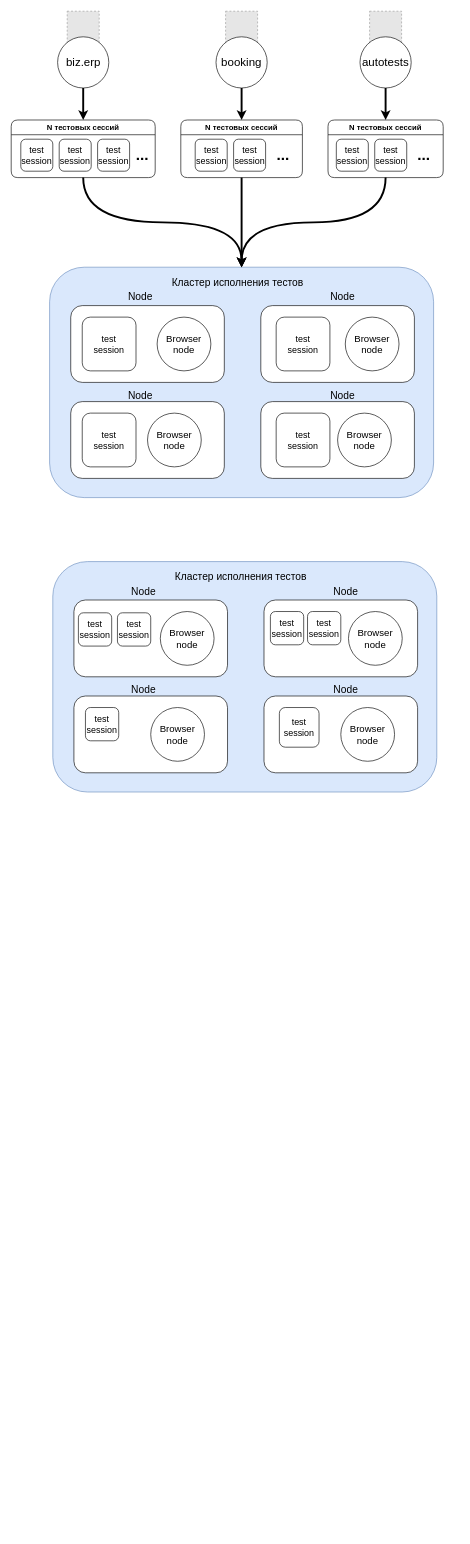
The draw.io diagram Диаграмма без названия.drawio in dethu/cv, before the edit. Source tidied: cells renumbered, new cells numbered last; positions are measured from the earlier drawing's top-left corner, leaving out a move shared by most shapes. Both pictures are drawn from the tidied source at 64%, with x=0, y=0 at pixel (11, 11). Pictures stored in the file or linked from it are replaced by grey dashed boxes.
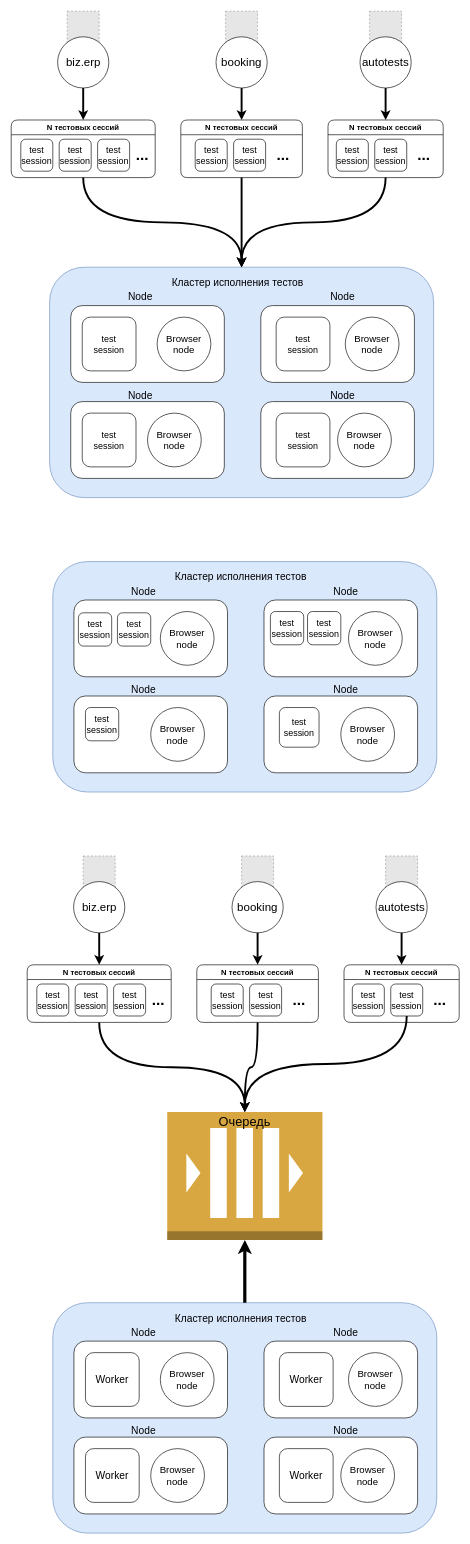
The same diagram, later.

What changed in the source:
```diff
@@
+    <mxCell id="69" style="group;" parent="1" vertex="1">
+      <mxGeometry x="25" y="1320" width="675" height="1058" as="geometry" />
+    </mxCell>
+    <mxCell id="70" value="N тестовых сессий" style="swimlane;rounded=1;" parent="69" vertex="1">
+      <mxGeometry y="170" width="225" height="90" as="geometry" />
+    </mxCell>
+    <mxCell id="71" value="&lt;font size=&quot;1&quot;&gt;&lt;b style=&quot;font-size: 24px&quot;&gt;...&lt;/b&gt;&lt;/font&gt;" style="text;html=1;strokeColor=none;fillColor=none;align=center;verticalAlign=middle;whiteSpace=wrap;strokeWidth=1;rounded=1;" parent="70" vertex="1">
+      <mxGeometry x="185" y="45" width="40" height="20" as="geometry" />
+    </mxCell>
+    <mxCell id="72" style="edgeStyle=orthogonalEdgeStyle;jettySize=auto;html=1;entryX=0.5;entryY=0;entryDx=0;entryDy=0;strokeWidth=3;curved=1;" parent="69" edge="1" source="76" target="70">
+      <mxGeometry relative="1" as="geometry" />
+    </mxCell>
+    <mxCell id="73" style="fillColor=#E6E6E6;strokeColor=#999999;dashed=1;html=1;verticalAlign=top;verticalLabelPosition=bottom;labelBackgroundColor=#ffffff;" parent="69" vertex="1">
+      <mxGeometry x="560" width="50" height="50" as="geometry" />
+    </mxCell>
+    <mxCell id="74" style="fillColor=#E6E6E6;strokeColor=#999999;dashed=1;html=1;verticalAlign=top;verticalLabelPosition=bottom;labelBackgroundColor=#ffffff;" parent="69" vertex="1">
+      <mxGeometry x="335" width="50" height="50" as="geometry" />
+    </mxCell>
+    <mxCell id="75" style="fillColor=#E6E6E6;strokeColor=#999999;dashed=1;html=1;verticalAlign=top;verticalLabelPosition=bottom;labelBackgroundColor=#ffffff;" parent="69" vertex="1">
+      <mxGeometry x="87.5" width="50" height="50" as="geometry" />
+    </mxCell>
+    <mxCell id="76" value="&lt;font style=&quot;font-size: 18px&quot;&gt;biz.erp&lt;/font&gt;" style="ellipse;whiteSpace=wrap;html=1;rounded=1;" parent="69" vertex="1">
+      <mxGeometry x="72.5" y="40" width="80" height="80" as="geometry" />
+    </mxCell>
+    <mxCell id="77" value="&lt;font style=&quot;font-size: 18px&quot;&gt;booking&lt;/font&gt;" style="ellipse;whiteSpace=wrap;html=1;rounded=1;" parent="69" vertex="1">
+      <mxGeometry x="320" y="40" width="80" height="80" as="geometry" />
+    </mxCell>
+    <mxCell id="78" value="&lt;font style=&quot;font-size: 18px&quot;&gt;autotests&lt;/font&gt;" style="ellipse;whiteSpace=wrap;html=1;rounded=1;" parent="69" vertex="1">
+      <mxGeometry x="545" y="40" width="80" height="80" as="geometry" />
+    </mxCell>
+    <mxCell id="79" value="&lt;font style=&quot;font-size: 14px&quot;&gt;test&lt;br&gt;session&lt;/font&gt;" style="whiteSpace=wrap;html=1;rounded=1;" parent="69" vertex="1">
+      <mxGeometry x="15" y="200" width="50" height="50" as="geometry" />
+    </mxCell>
+    <mxCell id="80" value="&lt;font style=&quot;font-size: 14px&quot;&gt;test&lt;br&gt;session&lt;/font&gt;" style="whiteSpace=wrap;html=1;rounded=1;" parent="69" vertex="1">
+      <mxGeometry x="75" y="200" width="50" height="50" as="geometry" />
+    </mxCell>
+    <mxCell id="81" value="&lt;font style=&quot;font-size: 14px&quot;&gt;test&lt;br&gt;session&lt;/font&gt;" style="whiteSpace=wrap;html=1;rounded=1;" parent="69" vertex="1">
+      <mxGeometry x="135" y="200" width="50" height="50" as="geometry" />
+    </mxCell>
+    <mxCell id="82" value="&lt;font style=&quot;font-size: 14px&quot;&gt;test&lt;br&gt;session&lt;/font&gt;" style="whiteSpace=wrap;html=1;rounded=1;" parent="69" vertex="1">
+      <mxGeometry x="287.5" y="200" width="50" height="50" as="geometry" />
+    </mxCell>
+    <mxCell id="83" value="&lt;font style=&quot;font-size: 14px&quot;&gt;test&lt;br&gt;session&lt;/font&gt;" style="whiteSpace=wrap;html=1;rounded=1;" parent="69" vertex="1">
+      <mxGeometry x="347.5" y="200" width="50" height="50" as="geometry" />
+    </mxCell>
+    <mxCell id="84" value="&lt;font style=&quot;font-size: 14px&quot;&gt;test&lt;br&gt;session&lt;/font&gt;" style="whiteSpace=wrap;html=1;rounded=1;" parent="69" vertex="1">
+      <mxGeometry x="508" y="200" width="50" height="50" as="geometry" />
+    </mxCell>
+    <mxCell id="85" value="&lt;font style=&quot;font-size: 14px&quot;&gt;test&lt;br&gt;session&lt;/font&gt;" style="whiteSpace=wrap;html=1;rounded=1;" parent="69" vertex="1">
+      <mxGeometry x="568" y="200" width="50" height="50" as="geometry" />
+    </mxCell>
+    <mxCell id="86" value="N тестовых сессий" style="swimlane;rounded=1;" parent="69" vertex="1">
+      <mxGeometry x="265" y="170" width="190" height="90" as="geometry" />
+    </mxCell>
+    <mxCell id="87" value="&lt;font size=&quot;1&quot;&gt;&lt;b style=&quot;font-size: 24px&quot;&gt;...&lt;/b&gt;&lt;/font&gt;" style="text;html=1;strokeColor=none;fillColor=none;align=center;verticalAlign=middle;whiteSpace=wrap;strokeWidth=1;rounded=1;" parent="86" vertex="1">
+      <mxGeometry x="140" y="45" width="40" height="20" as="geometry" />
+    </mxCell>
+    <mxCell id="88" style="edgeStyle=orthogonalEdgeStyle;jettySize=auto;html=1;entryX=0.5;entryY=0;entryDx=0;entryDy=0;strokeWidth=3;curved=1;" parent="69" edge="1" source="77" target="86">
+      <mxGeometry relative="1" as="geometry" />
+    </mxCell>
+    <mxCell id="89" value="N тестовых сессий" style="swimlane;rounded=1;" parent="69" vertex="1">
+      <mxGeometry x="495" y="170" width="180" height="90" as="geometry" />
+    </mxCell>
+    <mxCell id="90" value="&lt;font size=&quot;1&quot;&gt;&lt;b style=&quot;font-size: 24px&quot;&gt;...&lt;/b&gt;&lt;/font&gt;" style="text;html=1;strokeColor=none;fillColor=none;align=center;verticalAlign=middle;whiteSpace=wrap;strokeWidth=1;rounded=1;" parent="89" vertex="1">
+      <mxGeometry x="130" y="45" width="40" height="20" as="geometry" />
+    </mxCell>
+    <mxCell id="91" style="edgeStyle=orthogonalEdgeStyle;jettySize=auto;html=1;entryX=0.5;entryY=0;entryDx=0;entryDy=0;strokeWidth=3;curved=1;" parent="69" edge="1" source="78" target="89">
+      <mxGeometry relative="1" as="geometry" />
+    </mxCell>
+    <mxCell id="92" style="group;" parent="69" vertex="1">
+      <mxGeometry x="40" y="698" width="600" height="360" as="geometry" />
+    </mxCell>
+    <mxCell id="93" style="whiteSpace=wrap;html=1;strokeWidth=1;fillColor=#dae8fc;strokeColor=#6c8ebf;fillStyle=solid;rounded=1;" parent="92" vertex="1">
+      <mxGeometry width="600" height="360" as="geometry" />
+    </mxCell>
+    <mxCell id="94" value="&lt;font style=&quot;font-size: 16px&quot;&gt;Кластер исполнения тестов&lt;/font&gt;" style="text;html=1;strokeColor=none;fillColor=none;align=center;verticalAlign=middle;whiteSpace=wrap;rounded=1;" parent="92" vertex="1">
+      <mxGeometry x="162" y="12" width="264" height="24" as="geometry" />
+    </mxCell>
+    <mxCell id="95" style="whiteSpace=wrap;html=1;strokeWidth=1;rounded=1;" parent="92" vertex="1">
+      <mxGeometry x="33" y="60" width="240" height="120" as="geometry" />
+    </mxCell>
+    <mxCell id="96" style="whiteSpace=wrap;html=1;strokeWidth=1;rounded=1;" parent="92" vertex="1">
+      <mxGeometry x="330" y="60" width="240" height="120" as="geometry" />
+    </mxCell>
+    <mxCell id="97" style="whiteSpace=wrap;html=1;strokeWidth=1;rounded=1;" parent="92" vertex="1">
+      <mxGeometry x="33" y="210" width="240" height="120" as="geometry" />
+    </mxCell>
+    <mxCell id="98" style="whiteSpace=wrap;html=1;strokeWidth=1;rounded=1;" parent="92" vertex="1">
+      <mxGeometry x="330" y="210" width="240" height="120" as="geometry" />
+    </mxCell>
+    <mxCell id="99" value="&lt;font style=&quot;font-size: 15px&quot;&gt;Browser node&lt;/font&gt;" style="ellipse;whiteSpace=wrap;html=1;rounded=1;strokeWidth=1;" parent="92" vertex="1">
+      <mxGeometry x="168" y="78" width="84" height="84" as="geometry" />
+    </mxCell>
+    <mxCell id="100" value="&lt;font style=&quot;font-size: 16px;&quot;&gt;Worker&lt;/font&gt;" style="whiteSpace=wrap;html=1;rounded=1;" parent="92" vertex="1">
+      <mxGeometry x="354" y="78" width="84" height="84" as="geometry" />
+    </mxCell>
+    <mxCell id="101" value="&lt;font style=&quot;font-size: 15px&quot;&gt;Browser node&lt;/font&gt;" style="ellipse;whiteSpace=wrap;html=1;rounded=1;strokeWidth=1;" parent="92" vertex="1">
+      <mxGeometry x="462" y="78" width="84" height="84" as="geometry" />
+    </mxCell>
+    <mxCell id="102" value="&lt;font style=&quot;font-size: 15px&quot;&gt;Browser node&lt;/font&gt;" style="ellipse;whiteSpace=wrap;html=1;rounded=1;strokeWidth=1;" parent="92" vertex="1">
+      <mxGeometry x="153" y="228" width="84" height="84" as="geometry" />
+    </mxCell>
+    <mxCell id="103" value="&lt;font style=&quot;font-size: 15px&quot;&gt;Browser node&lt;/font&gt;" style="ellipse;whiteSpace=wrap;html=1;rounded=1;strokeWidth=1;" parent="92" vertex="1">
+      <mxGeometry x="450" y="228" width="84" height="84" as="geometry" />
+    </mxCell>
+    <mxCell id="104" value="&lt;font style=&quot;font-size: 16px;&quot;&gt;Worker&lt;/font&gt;" style="whiteSpace=wrap;html=1;rounded=1;" parent="92" vertex="1">
+      <mxGeometry x="51" y="78" width="84" height="84" as="geometry" />
+    </mxCell>
+    <mxCell id="105" value="&lt;font style=&quot;font-size: 16px;&quot;&gt;Worker&lt;/font&gt;" style="whiteSpace=wrap;html=1;rounded=1;" parent="92" vertex="1">
+      <mxGeometry x="51" y="228" width="84" height="84" as="geometry" />
+    </mxCell>
+    <mxCell id="106" value="&lt;font style=&quot;font-size: 16px;&quot;&gt;Worker&lt;/font&gt;" style="whiteSpace=wrap;html=1;rounded=1;" parent="92" vertex="1">
+      <mxGeometry x="354" y="228" width="84" height="84" as="geometry" />
+    </mxCell>
+    <mxCell id="107" value="&lt;font style=&quot;font-size: 16px&quot;&gt;Node&lt;/font&gt;" style="text;html=1;strokeColor=none;fillColor=none;align=center;verticalAlign=middle;whiteSpace=wrap;rounded=0;" parent="92" vertex="1">
+      <mxGeometry x="122" y="36" width="40" height="20" as="geometry" />
+    </mxCell>
+    <mxCell id="108" value="&lt;font style=&quot;font-size: 16px&quot;&gt;Node&lt;/font&gt;" style="text;html=1;strokeColor=none;fillColor=none;align=center;verticalAlign=middle;whiteSpace=wrap;rounded=0;" parent="92" vertex="1">
+      <mxGeometry x="438" y="36" width="40" height="20" as="geometry" />
+    </mxCell>
+    <mxCell id="109" value="&lt;font style=&quot;font-size: 16px&quot;&gt;Node&lt;/font&gt;" style="text;html=1;strokeColor=none;fillColor=none;align=center;verticalAlign=middle;whiteSpace=wrap;rounded=0;" parent="92" vertex="1">
+      <mxGeometry x="122" y="190" width="40" height="20" as="geometry" />
+    </mxCell>
+    <mxCell id="110" value="&lt;font style=&quot;font-size: 16px&quot;&gt;Node&lt;/font&gt;" style="text;html=1;strokeColor=none;fillColor=none;align=center;verticalAlign=middle;whiteSpace=wrap;rounded=0;" parent="92" vertex="1">
+      <mxGeometry x="438" y="190" width="40" height="20" as="geometry" />
+    </mxCell>
+    <mxCell id="111" style="outlineConnect=0;dashed=0;verticalLabelPosition=bottom;verticalAlign=top;align=center;html=1;shape=mxgraph.aws3.queue;fillColor=#D9A741;gradientColor=none;" parent="69" vertex="1">
+      <mxGeometry x="218.8" y="400" width="242.5" height="200" as="geometry" />
+    </mxCell>
+    <mxCell id="112" value="&lt;font style=&quot;font-size: 20px;&quot;&gt;Очередь&lt;/font&gt;" style="text;html=1;strokeColor=none;fillColor=none;align=center;verticalAlign=middle;whiteSpace=wrap;rounded=0;" parent="69" vertex="1">
+      <mxGeometry x="310" y="400" width="60" height="30" as="geometry" />
+    </mxCell>
+    <mxCell id="113" style="edgeStyle=orthogonalEdgeStyle;jettySize=auto;html=1;curved=1;strokeWidth=3;" parent="69" edge="1" source="70" target="111">
+      <mxGeometry relative="1" as="geometry" />
+    </mxCell>
+    <mxCell id="114" style="edgeStyle=orthogonalEdgeStyle;rounded=0;jettySize=auto;html=1;entryX=0.5;entryY=1;entryDx=0;entryDy=0;entryPerimeter=0;strokeWidth=5;" parent="69" edge="1" source="93" target="111">
+      <mxGeometry relative="1" as="geometry" />
+    </mxCell>
+    <mxCell id="115" style="edgeStyle=elbowEdgeStyle;jettySize=auto;html=1;strokeWidth=3;elbow=vertical;curved=1;" parent="69" edge="1" source="85" target="111">
+      <mxGeometry relative="1" as="geometry" />
+    </mxCell>
+    <mxCell id="116" style="edgeStyle=orthogonalEdgeStyle;jettySize=auto;html=1;curved=1;strokeWidth=3;" parent="69" edge="1" source="86" target="112">
+      <mxGeometry relative="1" as="geometry" />
+    </mxCell>
```
